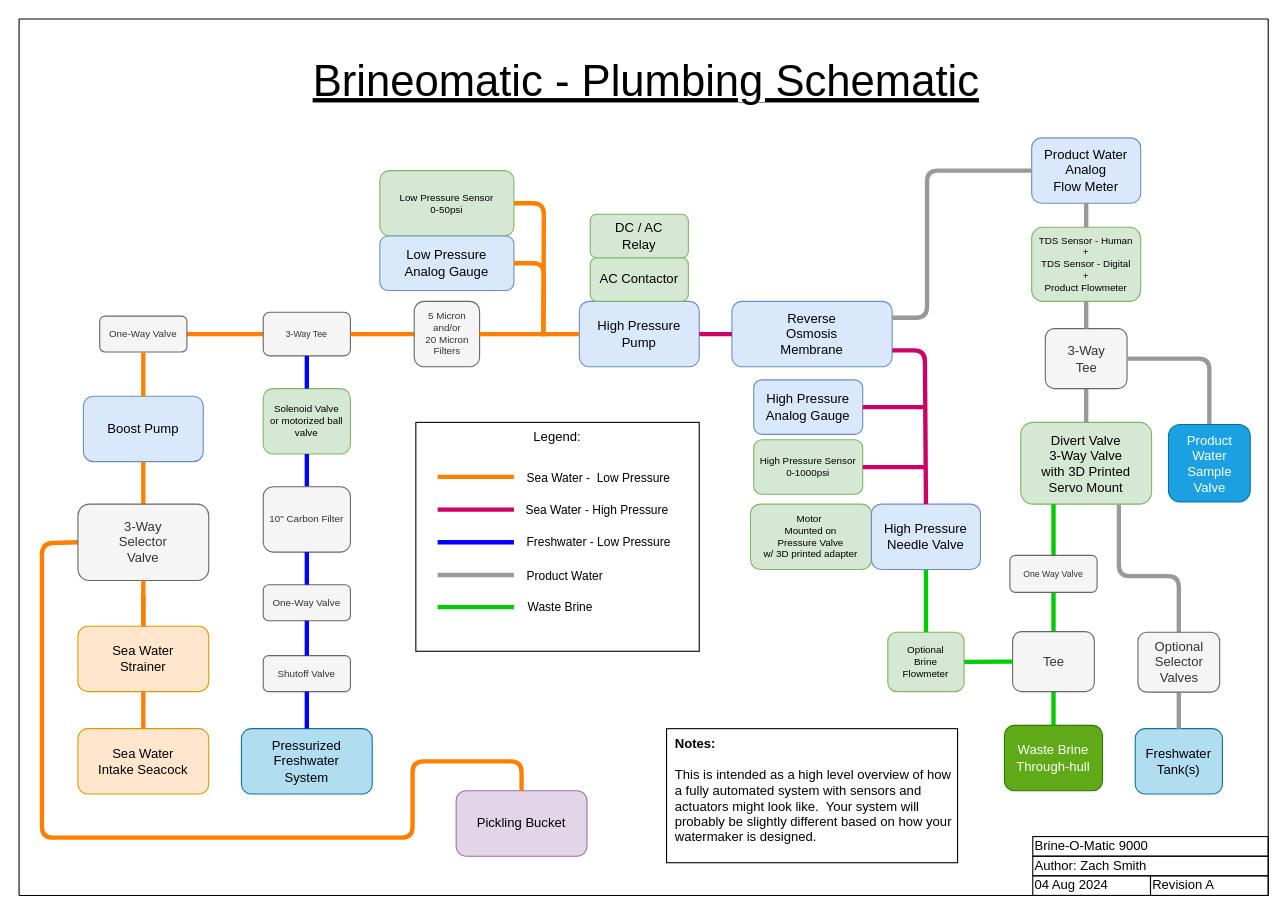
hoeken/brineomatic-website keeps this draw.io diagram as page "Plumbing" (1 of 5) of diagrams/Brine-o-Matic 9000.drawio. Above is the earlier version. Source tidied: cells renumbered, new cells numbered last; positions are measured from the earlier drawing's top-left corner, leaving out a move shared by most shapes. Both pictures are drawn from the tidied source at 109%, with x=0, y=0 at pixel (19, 19).
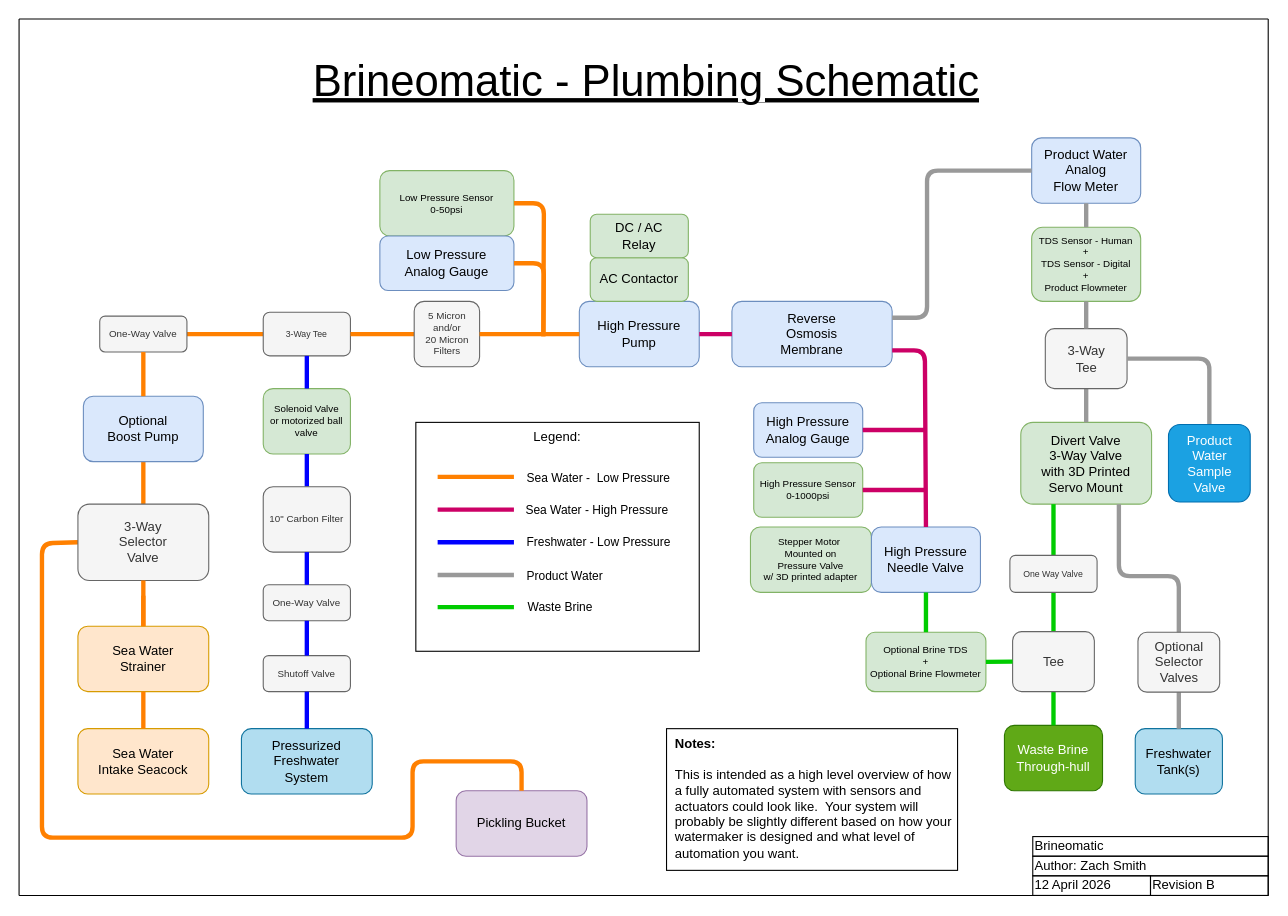
The same page after the edit.

Commit message (it also covers changes not shown here):
updated the brineomatic diagrams

What changed in the source:
```diff
@@
     <mxCell id="13" value="High Pressure Sensor&lt;br style=&quot;font-size: 9px;&quot;&gt;0-1000psi" style="rounded=1;whiteSpace=wrap;html=1;fillColor=#d5e8d4;strokeColor=#82b366;fontSize=9;" parent="1" vertex="1">
-      <mxGeometry x="674" y="386" width="100" height="50" as="geometry" />
+      <mxGeometry x="674" y="407" width="100" height="50" as="geometry" />
     </mxCell>
@@
-    <mxCell id="19" value="Motor&amp;nbsp;&lt;br style=&quot;font-size: 9px;&quot;&gt;Mounted on&lt;br style=&quot;font-size: 9px;&quot;&gt;Pressure Valve&lt;br style=&quot;font-size: 9px;&quot;&gt;w/ 3D printed adapter" style="rounded=1;whiteSpace=wrap;html=1;fillColor=#d5e8d4;strokeColor=#82b366;fontSize=9;" parent="1" vertex="1">
-      <mxGeometry x="671" y="445" width="111" height="60" as="geometry" />
+    <mxCell id="19" value="Stepper Motor&amp;nbsp;&lt;br style=&quot;font-size: 9px;&quot;&gt;Mounted on&lt;br style=&quot;font-size: 9px;&quot;&gt;Pressure Valve&lt;br style=&quot;font-size: 9px;&quot;&gt;w/ 3D printed adapter" style="rounded=1;whiteSpace=wrap;html=1;fillColor=#d5e8d4;strokeColor=#82b366;fontSize=9;" parent="1" vertex="1">
+      <mxGeometry x="671" y="466" width="111" height="60" as="geometry" />
     </mxCell>
@@
-    <mxCell id="48" value="Brine-O-Matic 9000" style="rounded=0;whiteSpace=wrap;html=1;fillColor=none;align=left;" parent="1" vertex="1">
+    <mxCell id="48" value="Brineomatic" style="rounded=0;whiteSpace=wrap;html=1;fillColor=none;align=left;" parent="1" vertex="1">
       <mxGeometry x="930" y="750" width="216" height="18" as="geometry" />
     </mxCell>
-    <mxCell id="49" value="Revision A" style="rounded=0;whiteSpace=wrap;html=1;fillColor=none;align=left;" parent="1" vertex="1">
+    <mxCell id="49" value="Revision B" style="rounded=0;whiteSpace=wrap;html=1;fillColor=none;align=left;" parent="1" vertex="1">
       <mxGeometry x="1038" y="786" width="108" height="18" as="geometry" />
     </mxCell>
-    <mxCell id="50" value="04 Aug 2024" style="rounded=0;whiteSpace=wrap;html=1;fillColor=none;align=left;" parent="1" vertex="1">
+    <mxCell id="50" value="12 April 2026" style="rounded=0;whiteSpace=wrap;html=1;fillColor=none;align=left;" parent="1" vertex="1">
       <mxGeometry x="930" y="786" width="108" height="18" as="geometry" />
     </mxCell>
@@
-    <mxCell id="55" value="Boost Pump" style="rounded=1;whiteSpace=wrap;html=1;fillColor=#dae8fc;strokeColor=#6c8ebf;" parent="1" vertex="1">
+    <mxCell id="55" value="Optional&lt;br&gt;Boost Pump" style="rounded=1;whiteSpace=wrap;html=1;fillColor=#dae8fc;strokeColor=#6c8ebf;" parent="1" vertex="1">
       <mxGeometry x="59" y="346" width="110" height="60" as="geometry" />
     </mxCell>
@@
     <mxCell id="63" value="High Pressure&lt;br&gt;Needle Valve" style="rounded=1;whiteSpace=wrap;html=1;fillColor=#dae8fc;strokeColor=#6c8ebf;" parent="1" vertex="1">
-      <mxGeometry x="782" y="445" width="100" height="60" as="geometry" />
+      <mxGeometry x="782" y="466" width="100" height="60" as="geometry" />
     </mxCell>
@@
     <mxCell id="65" value="High Pressure&lt;br&gt;Analog Gauge" style="rounded=1;whiteSpace=wrap;html=1;fillColor=#dae8fc;strokeColor=#6c8ebf;" parent="1" vertex="1">
-      <mxGeometry x="674" y="331" width="100" height="50" as="geometry" />
+      <mxGeometry x="674" y="352" width="100" height="50" as="geometry" />
     </mxCell>
     <mxCell id="66" style="endArrow=none;html=1;rounded=0;entryX=1;entryY=0.5;entryDx=0;entryDy=0;strokeColor=#CC0066;strokeWidth=4;startArrow=none;" parent="1" edge="1" target="13">
       <mxGeometry relative="1" as="geometry">
-        <mxPoint x="831" y="411" as="sourcePoint" />
+        <mxPoint x="831" y="432" as="sourcePoint" />
       </mxGeometry>
     </mxCell>
@@
     <mxCell id="77" style="endArrow=none;html=1;rounded=0;entryX=1;entryY=0.5;entryDx=0;entryDy=0;strokeColor=#CC0066;strokeWidth=4;startArrow=none;" parent="1" edge="1" target="65">
       <mxGeometry relative="1" as="geometry">
-        <mxPoint x="831" y="356" as="sourcePoint" />
+        <mxPoint x="831" y="377" as="sourcePoint" />
       </mxGeometry>
     </mxCell>
@@
-    <mxCell id="84" value="&lt;b&gt;Notes:&lt;/b&gt;&lt;br&gt;&lt;br&gt;This is intended as a high level overview of how a fully automated system with sensors and actuators might look like.&amp;nbsp; Your system will probably be slightly different based on how your watermaker is designed." style="rounded=0;whiteSpace=wrap;html=1;verticalAlign=top;align=left;perimeterSpacing=1;spacingLeft=6;spacingRight=5;" parent="1" vertex="1">
-      <mxGeometry x="594" y="651" width="267" height="123" as="geometry" />
+    <mxCell id="84" value="&lt;b&gt;Notes:&lt;/b&gt;&lt;br&gt;&lt;br&gt;This is intended as a high level overview of how a fully automated system with sensors and actuators could look like.&amp;nbsp; Your system will probably be slightly different based on how your watermaker is designed and what level of automation you want." style="rounded=0;whiteSpace=wrap;html=1;verticalAlign=top;align=left;perimeterSpacing=1;spacingLeft=6;spacingRight=5;" parent="1" vertex="1">
+      <mxGeometry x="594" y="651" width="267" height="130" as="geometry" />
     </mxCell>
-    <mxCell id="85" value="Optional&lt;br&gt;Brine&lt;br&gt;Flowmeter" style="rounded=1;whiteSpace=wrap;html=1;fillColor=#d5e8d4;strokeColor=#82b366;fontSize=9;" parent="1" vertex="1">
-      <mxGeometry x="797" y="562.5" width="70" height="54.5" as="geometry" />
+    <mxCell id="85" value="Optional Brine TDS&lt;br&gt;+&lt;br&gt;Optional Brine Flowmeter" style="rounded=1;whiteSpace=wrap;html=1;fillColor=#d5e8d4;strokeColor=#82b366;fontSize=9;" parent="1" vertex="1">
+      <mxGeometry x="777" y="562.5" width="110" height="54.5" as="geometry" />
     </mxCell>
```
